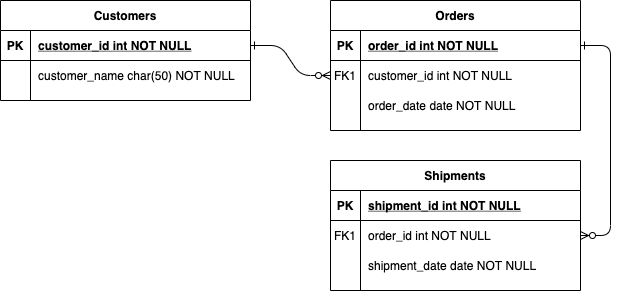
This is ERD.png from umarhadi/kp, a draw.io export, as it was before one commit. Source tidied: cells renumbered, new cells last; positions are measured from the earlier drawing's top-left corner, leaving out a move shared by most shapes.
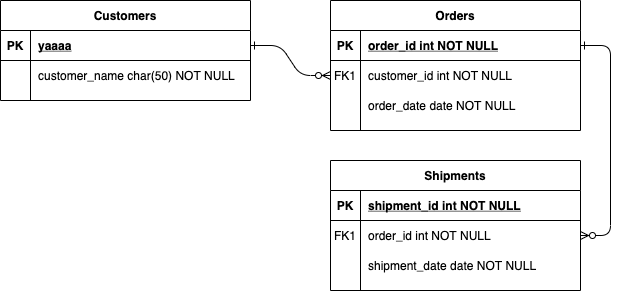
The same diagram one commit later.

Diff of the diagram source:
```diff
@@ -77,7 +77,7 @@
     <mxCell id="26" value="PK" style="shape=partialRectangle;overflow=hidden;fillColor=none;top=0;left=0;bottom=0;right=0;fontStyle=1;" parent="25" vertex="1">
       <mxGeometry width="30" height="30" as="geometry" />
     </mxCell>
-    <mxCell id="27" value="customer_id int NOT NULL " style="shape=partialRectangle;overflow=hidden;fillColor=none;top=0;left=0;bottom=0;right=0;align=left;spacingLeft=6;fontStyle=5;" parent="25" vertex="1">
+    <mxCell id="27" value="yaaaa" style="shape=partialRectangle;overflow=hidden;fillColor=none;top=0;left=0;bottom=0;right=0;align=left;spacingLeft=6;fontStyle=5;" parent="25" vertex="1">
       <mxGeometry x="30" width="220" height="30" as="geometry" />
     </mxCell>
     <mxCell id="28" style="shape=partialRectangle;fillColor=none;top=0;left=0;right=0;bottom=0;" parent="24" vertex="1">
```
